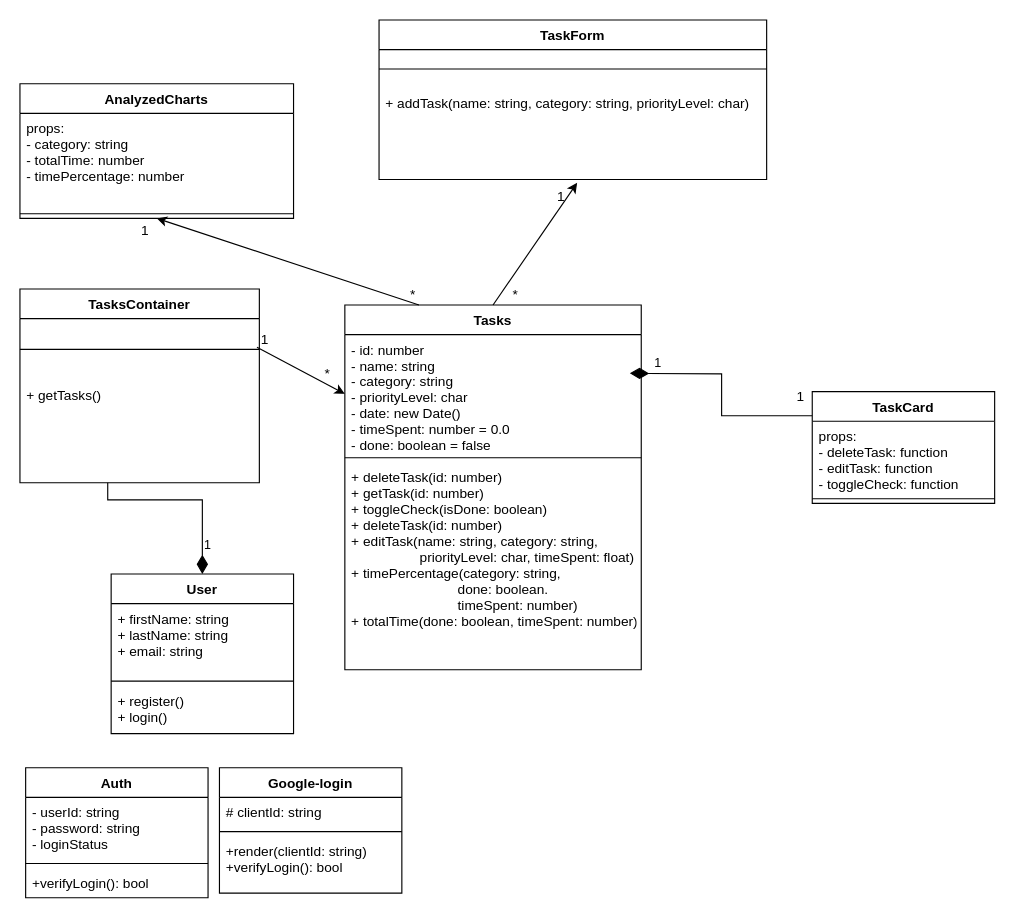
ViNguyen3747/Voice-Powered-Self-Productivity keeps this draw.io diagram as images/classDiagram.drawio. Above is the earlier version. Source tidied: cells renumbered, new cells numbered last; positions are measured from the earlier drawing's top-left corner, leaving out a move shared by most shapes. Both pictures are drawn from the tidied source at 114%, with x=0, y=0 at pixel (19, 19).
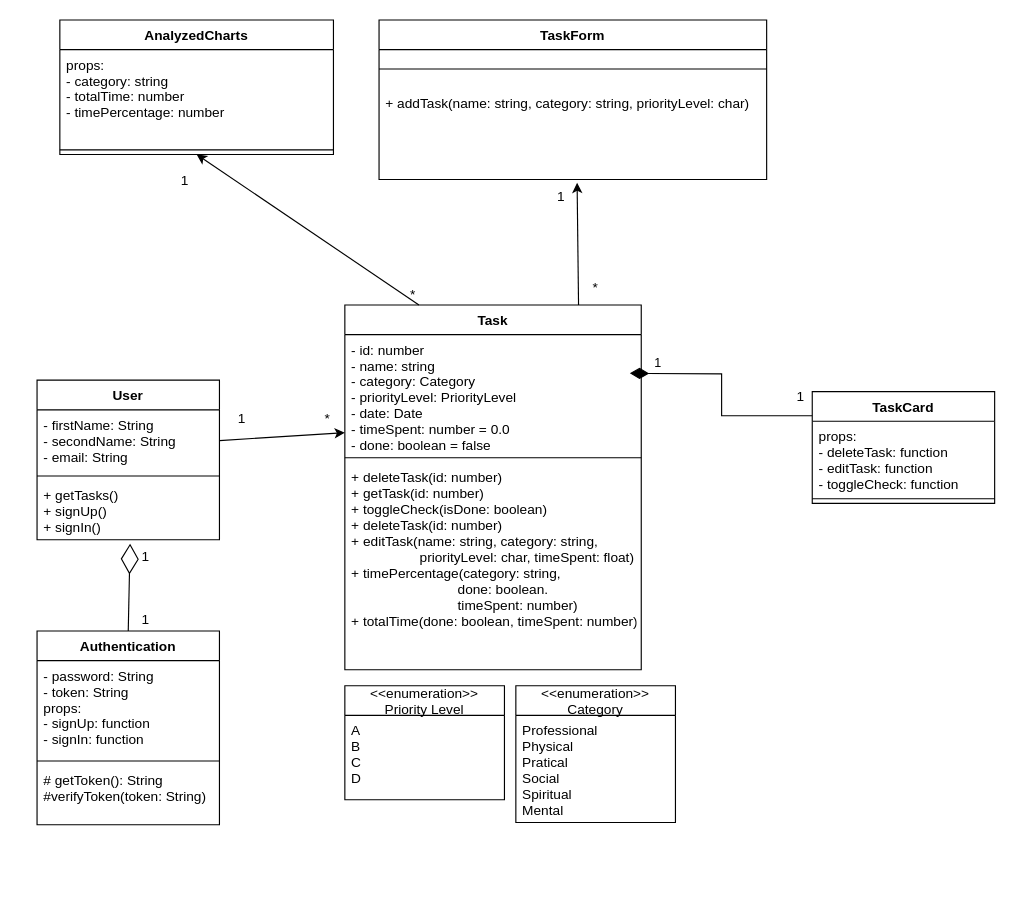
After the change.

Unchanged cells that the change refers to:
```xml
<mxCell id="9" value="+ addTask(name: string, category: string, priorityLevel: char)" style="text;strokeColor=none;fillColor=none;align=left;verticalAlign=top;spacingLeft=4;spacingRight=4;overflow=hidden;points=[[0,0.5],[1,0.5]];portConstraint=eastwest;" parent="7" vertex="1">
  <mxGeometry y="60" width="340" height="80" as="geometry" />
</mxCell>
```

The edit, as a diff of the source:
```diff
@@
-    <mxCell id="2" value="Tasks" style="swimlane;fontStyle=1;align=center;verticalAlign=top;horizontal=1;startSize=26;" parent="1" vertex="1">
+    <mxCell id="2" value="Task" style="swimlane;fontStyle=1;align=center;verticalAlign=top;horizontal=1;startSize=26;" parent="1" vertex="1">
       <mxGeometry x="285" y="250" width="260" height="320" as="geometry" />
     </mxCell>
@@
-    <mxCell id="4" value="- id: number&#10;- name: string&#10;- category: string&#10;- priorityLevel: char&#10;- date: new Date()&#10;- timeSpent: number = 0.0&#10;- done: boolean = false" style="text;strokeColor=none;fillColor=none;align=left;verticalAlign=top;spacingLeft=4;spacingRight=4;overflow=hidden;points=[[0,0.5],[1,0.5]];portConstraint=eastwest;" parent="2" vertex="1">
+    <mxCell id="4" value="- id: number&#10;- name: string&#10;- category: Category&#10;- priorityLevel: PriorityLevel&#10;- date: Date&#10;- timeSpent: number = 0.0&#10;- done: boolean = false" style="text;strokeColor=none;fillColor=none;align=left;verticalAlign=top;spacingLeft=4;spacingRight=4;overflow=hidden;points=[[0,0.5],[1,0.5]];portConstraint=eastwest;" parent="2" vertex="1">
       <mxGeometry y="26" width="260" height="104" as="geometry" />
     </mxCell>
@@
-    <mxCell id="10" style="endArrow=classic;html=1;rounded=0;entryX=0.511;entryY=1.036;entryDx=0;entryDy=0;entryPerimeter=0;exitX=0.5;exitY=0;exitDx=0;exitDy=0;" parent="1" edge="1" source="2" target="9">
+    <mxCell id="10" style="endArrow=classic;html=1;rounded=0;entryX=0.511;entryY=1.036;entryDx=0;entryDy=0;entryPerimeter=0;exitX=0.25;exitY=1;exitDx=0;exitDy=0;" parent="1" edge="1" source="12" target="9">
       <mxGeometry relative="1" as="geometry" />
     </mxCell>
@@
     <mxCell id="12" value="*" style="text;html=1;strokeColor=none;fillColor=none;align=center;verticalAlign=middle;whiteSpace=wrap;rounded=0;" parent="1" vertex="1">
-      <mxGeometry x="405" y="226" width="60" height="30" as="geometry" />
+      <mxGeometry x="475" y="220" width="60" height="30" as="geometry" />
     </mxCell>
@@
-    <mxCell id="17" value="TasksContainer" style="swimlane;fontStyle=1;align=center;verticalAlign=top;horizontal=1;startSize=26;" parent="1" vertex="1">
-      <mxGeometry y="236" width="210" height="170" as="geometry" />
-    </mxCell>
-    <mxCell id="18" style="line;strokeWidth=1;fillColor=none;align=left;verticalAlign=middle;spacingTop=-1;spacingLeft=3;spacingRight=3;labelPosition=right;points=[];portConstraint=eastwest;" parent="17" vertex="1">
-      <mxGeometry y="26" width="210" height="54" as="geometry" />
-    </mxCell>
-    <mxCell id="19" value="+ getTasks()&lt;br&gt;" style="text;strokeColor=none;fillColor=none;align=left;verticalAlign=top;spacingLeft=4;spacingRight=4;overflow=hidden;points=[[0,0.5],[1,0.5]];portConstraint=eastwest;html=1;" parent="17" vertex="1">
-      <mxGeometry y="80" width="210" height="90" as="geometry" />
-    </mxCell>
-    <mxCell id="20" style="endArrow=classic;html=1;rounded=0;exitX=0.99;exitY=0.463;exitDx=0;exitDy=0;exitPerimeter=0;entryX=0;entryY=0.5;entryDx=0;entryDy=0;" parent="1" edge="1" source="18" target="4">
-      <mxGeometry relative="1" as="geometry" />
+    <mxCell id="20" style="endArrow=classic;html=1;rounded=0;exitX=1;exitY=0.5;exitDx=0;exitDy=0;" parent="1" edge="1" source="51">
+      <mxGeometry relative="1" as="geometry">
+        <mxPoint x="285" y="362" as="targetPoint" />
+      </mxGeometry>
     </mxCell>
     <mxCell id="21" value="1" style="text;html=1;strokeColor=none;fillColor=none;align=center;verticalAlign=middle;whiteSpace=wrap;rounded=0;" parent="1" vertex="1">
-      <mxGeometry x="185" y="266" width="60" height="30" as="geometry" />
+      <mxGeometry x="165" y="335" width="60" height="30" as="geometry" />
     </mxCell>
     <mxCell id="22" value="*" style="text;html=1;strokeColor=none;fillColor=none;align=center;verticalAlign=middle;whiteSpace=wrap;rounded=0;" parent="1" vertex="1">
-      <mxGeometry x="240" y="296" width="60" height="30" as="geometry" />
+      <mxGeometry x="240" y="335" width="60" height="30" as="geometry" />
     </mxCell>
-    <mxCell id="23" value="Auth" style="swimlane;fontStyle=1;align=center;verticalAlign=top;horizontal=1;startSize=26;" parent="1" vertex="1">
-      <mxGeometry x="5" y="656" width="160" height="114" as="geometry" />
-    </mxCell>
-    <mxCell id="24" value="- userId: string&#10;- password: string&#10;- loginStatus" style="text;strokeColor=none;fillColor=none;align=left;verticalAlign=top;spacingLeft=4;spacingRight=4;overflow=hidden;" parent="23" vertex="1">
-      <mxGeometry y="26" width="160" height="54" as="geometry" />
-    </mxCell>
-    <mxCell id="25" style="line;strokeWidth=1;fillColor=none;align=left;verticalAlign=middle;spacingTop=-1;spacingLeft=3;spacingRight=3;labelPosition=right;" parent="23" vertex="1">
-      <mxGeometry y="80" width="160" height="8" as="geometry" />
-    </mxCell>
-    <mxCell id="26" value="+verifyLogin(): bool" style="text;strokeColor=none;fillColor=none;align=left;verticalAlign=top;spacingLeft=4;spacingRight=4;overflow=hidden;" parent="23" vertex="1">
-      <mxGeometry y="88" width="160" height="26" as="geometry" />
-    </mxCell>
-    <mxCell id="27" value="Google-login" style="swimlane;fontStyle=1;align=center;verticalAlign=top;horizontal=1;startSize=26;" parent="1" vertex="1">
-      <mxGeometry x="175" y="656" width="160" height="110" as="geometry" />
-    </mxCell>
-    <mxCell id="28" value="# clientId: string" style="text;strokeColor=none;fillColor=none;align=left;verticalAlign=top;spacingLeft=4;spacingRight=4;overflow=hidden;" parent="27" vertex="1">
-      <mxGeometry y="26" width="160" height="26" as="geometry" />
-    </mxCell>
-    <mxCell id="29" style="line;strokeWidth=1;fillColor=none;align=left;verticalAlign=middle;spacingTop=-1;spacingLeft=3;spacingRight=3;labelPosition=right;" parent="27" vertex="1">
-      <mxGeometry y="52" width="160" height="8" as="geometry" />
-    </mxCell>
-    <mxCell id="30" value="+render(clientId: string)&#10;+verifyLogin(): bool" style="text;strokeColor=none;fillColor=none;align=left;verticalAlign=top;spacingLeft=4;spacingRight=4;overflow=hidden;" parent="27" vertex="1">
-      <mxGeometry y="60" width="160" height="50" as="geometry" />
-    </mxCell>
-    <mxCell id="31" value="User" style="swimlane;fontStyle=1;align=center;verticalAlign=top;horizontal=1;startSize=26;" parent="1" vertex="1">
-      <mxGeometry x="80" y="486" width="160" height="140" as="geometry" />
-    </mxCell>
-    <mxCell id="32" value="+ firstName: string&#10;+ lastName: string&#10;+ email: string&#10;" style="text;strokeColor=none;fillColor=none;align=left;verticalAlign=top;spacingLeft=4;spacingRight=4;overflow=hidden;" parent="31" vertex="1">
-      <mxGeometry y="26" width="160" height="64" as="geometry" />
-    </mxCell>
-    <mxCell id="33" style="line;strokeWidth=1;fillColor=none;align=left;verticalAlign=middle;spacingTop=-1;spacingLeft=3;spacingRight=3;labelPosition=right;" parent="31" vertex="1">
-      <mxGeometry y="90" width="160" height="8" as="geometry" />
-    </mxCell>
-    <mxCell id="34" value="+ register()&#10;+ login()" style="text;strokeColor=none;fillColor=none;align=left;verticalAlign=top;spacingLeft=4;spacingRight=4;overflow=hidden;" parent="31" vertex="1">
-      <mxGeometry y="98" width="160" height="42" as="geometry" />
-    </mxCell>
-    <mxCell id="35" value="1" style="endArrow=none;html=1;endSize=12;startArrow=diamondThin;startSize=14;startFill=1;edgeStyle=orthogonalEdgeStyle;align=left;verticalAlign=bottom;rounded=0;exitX=0.5;exitY=0;exitDx=0;exitDy=0;endFill=0;" parent="1" edge="1" source="31" target="19">
-      <mxGeometry x="-0.8" relative="1" as="geometry">
-        <Array as="points">
-          <mxPoint x="160" y="421" />
-          <mxPoint x="77" y="421" />
-        </Array>
-      </mxGeometry>
-    </mxCell>
     <mxCell id="36" value="AnalyzedCharts" style="swimlane;fontStyle=1;align=center;verticalAlign=top;horizontal=1;startSize=26;" parent="1" vertex="1">
-      <mxGeometry y="56" width="240" height="118" as="geometry" />
+      <mxGeometry x="35" width="240" height="118" as="geometry" />
     </mxCell>
@@
     <mxCell id="40" value="1" style="text;html=1;strokeColor=none;fillColor=none;align=center;verticalAlign=middle;whiteSpace=wrap;rounded=0;" parent="1" vertex="1">
-      <mxGeometry x="80" y="170" width="60" height="30" as="geometry" />
+      <mxGeometry x="115" y="126" width="60" height="30" as="geometry" />
     </mxCell>
@@
+    <mxCell id="42" value="Authentication" style="swimlane;fontStyle=1;align=center;verticalAlign=top;horizontal=1;startSize=26;" parent="1" vertex="1">
+      <mxGeometry x="15" y="536" width="160" height="170" as="geometry" />
+    </mxCell>
+    <mxCell id="43" value="- password: String&#10;- token: String&#10;props:&#10;- signUp: function&#10;- signIn: function" style="text;strokeColor=none;fillColor=none;align=left;verticalAlign=top;spacingLeft=4;spacingRight=4;overflow=hidden;" parent="42" vertex="1">
+      <mxGeometry y="26" width="160" height="84" as="geometry" />
+    </mxCell>
+    <mxCell id="44" style="line;strokeWidth=1;fillColor=none;align=left;verticalAlign=middle;spacingTop=-1;spacingLeft=3;spacingRight=3;labelPosition=right;" parent="42" vertex="1">
+      <mxGeometry y="110" width="160" height="8" as="geometry" />
+    </mxCell>
+    <mxCell id="45" value="# getToken(): String&#10;#verifyToken(token: String)" style="text;strokeColor=none;fillColor=none;align=left;verticalAlign=top;spacingLeft=4;spacingRight=4;overflow=hidden;" parent="42" vertex="1">
+      <mxGeometry y="118" width="160" height="52" as="geometry" />
+    </mxCell>
+    <mxCell id="46" style="endArrow=diamondThin;endFill=0;endSize=24;html=1;rounded=0;exitX=0.5;exitY=0;exitDx=0;exitDy=0;entryX=0.51;entryY=1.065;entryDx=0;entryDy=0;entryPerimeter=0;" parent="1" edge="1" source="42" target="52">
+      <mxGeometry relative="1" as="geometry" />
+    </mxCell>
+    <mxCell id="47" value="1" style="text;html=1;strokeColor=none;fillColor=none;align=center;verticalAlign=middle;whiteSpace=wrap;rounded=0;" parent="1" vertex="1">
+      <mxGeometry x="87.5" y="516" width="45" height="20" as="geometry" />
+    </mxCell>
+    <mxCell id="48" value="&lt;&lt;enumeration&gt;&gt;&#10;Priority Level" style="swimlane;fontStyle=0;horizontal=1;startSize=26;fillColor=none;" parent="1" vertex="1">
+      <mxGeometry x="285" y="584" width="140" height="100" as="geometry" />
+    </mxCell>
+    <mxCell id="49" value="A&#10;B&#10;C&#10;D" style="text;strokeColor=none;fillColor=none;align=left;verticalAlign=top;spacingLeft=4;spacingRight=4;overflow=hidden;" parent="48" vertex="1">
+      <mxGeometry y="26" width="140" height="74" as="geometry" />
+    </mxCell>
+    <mxCell id="50" value="1" style="text;html=1;strokeColor=none;fillColor=none;align=center;verticalAlign=middle;whiteSpace=wrap;rounded=0;" parent="1" vertex="1">
+      <mxGeometry x="22.5" y="456" width="175" height="30" as="geometry" />
+    </mxCell>
+    <mxCell id="31" value="User" style="swimlane;fontStyle=1;align=center;verticalAlign=top;horizontal=1;startSize=26;" parent="1" vertex="1">
+      <mxGeometry x="15" y="316" width="160" height="140" as="geometry" />
+    </mxCell>
+    <mxCell id="51" value="- firstName: String&#10;- secondName: String&#10;- email: String" style="text;strokeColor=none;fillColor=none;align=left;verticalAlign=top;spacingLeft=4;spacingRight=4;overflow=hidden;points=[[0,0.5],[1,0.5]];portConstraint=eastwest;" parent="31" vertex="1">
+      <mxGeometry y="26" width="160" height="54" as="geometry" />
+    </mxCell>
+    <mxCell id="25" style="line;strokeWidth=1;fillColor=none;align=left;verticalAlign=middle;spacingTop=-1;spacingLeft=3;spacingRight=3;labelPosition=right;" parent="31" vertex="1">
+      <mxGeometry y="80" width="160" height="8" as="geometry" />
+    </mxCell>
+    <mxCell id="52" value="+ getTasks()&#10;+ signUp()&#10;+ signIn()" style="text;strokeColor=none;fillColor=none;align=left;verticalAlign=top;spacingLeft=4;spacingRight=4;overflow=hidden;points=[[0,0.5],[1,0.5]];portConstraint=eastwest;" parent="31" vertex="1">
+      <mxGeometry y="88" width="160" height="52" as="geometry" />
+    </mxCell>
+    <mxCell id="53" value="&lt;&lt;enumeration&gt;&gt;&#10;Category" style="swimlane;fontStyle=0;horizontal=1;startSize=26;fillColor=none;" parent="1" vertex="1">
+      <mxGeometry x="435" y="584" width="140" height="120" as="geometry" />
+    </mxCell>
+    <mxCell id="54" value="Professional&#10;Physical&#10;Pratical&#10;Social&#10;Spiritual&#10;Mental" style="text;strokeColor=none;fillColor=none;align=left;verticalAlign=top;spacingLeft=4;spacingRight=4;overflow=hidden;" parent="53" vertex="1">
+      <mxGeometry y="26" width="140" height="94" as="geometry" />
+    </mxCell>
```
